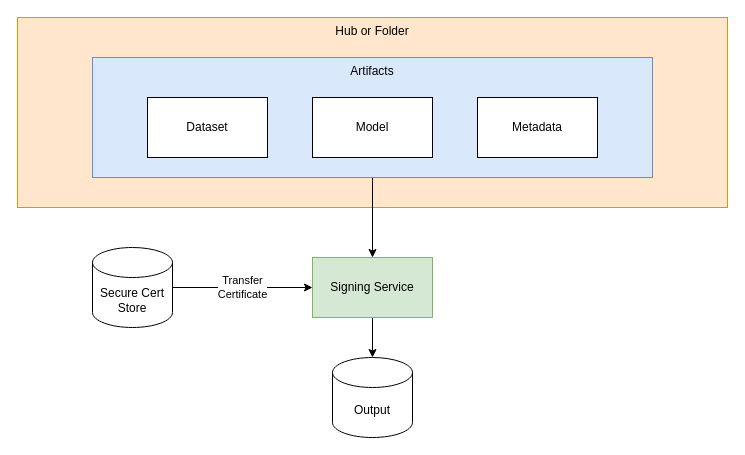
The draw.io diagram page "Page-1" (1 of 4) of architecture/SigningService.drawio in sampras343/signing-service, before the edit. Source tidied: cells renumbered, new cells numbered last; positions are measured from the earlier drawing's top-left corner, leaving out a move shared by most shapes. Both pictures are drawn from the tidied source at 100%, with x=0, y=0 at pixel (17, 17).
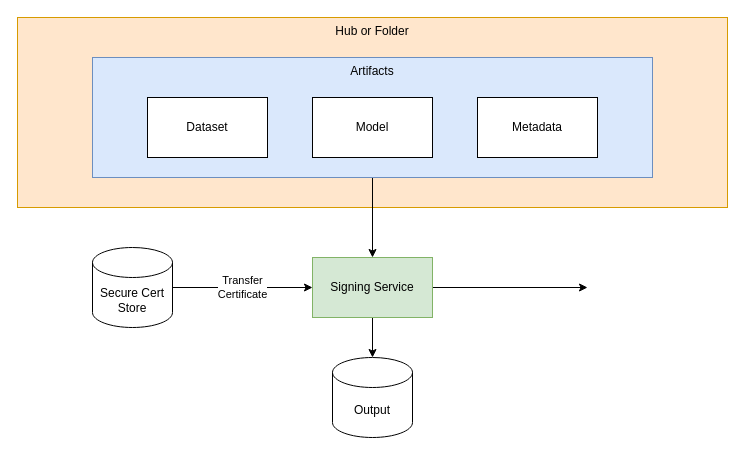
The same page after the edit.

What changed in the source:
```diff
@@
 <mxGraphModel>
   <root>
     <mxCell id="0" />
     <mxCell id="1" parent="0" />
     <mxCell id="2" value="Hub or Folder" style="rounded=0;whiteSpace=wrap;html=1;verticalAlign=top;fillColor=#ffe6cc;strokeColor=#d79b00;" parent="1" vertex="1">
       <mxGeometry width="710" height="190" as="geometry" />
     </mxCell>
     <mxCell id="3" style="edgeStyle=orthogonalEdgeStyle;rounded=0;jettySize=auto;html=1;" parent="1" edge="1" source="4" target="8">
       <mxGeometry relative="1" as="geometry" />
     </mxCell>
     <mxCell id="4" value="Artifacts" style="rounded=0;whiteSpace=wrap;html=1;verticalAlign=top;fillColor=#dae8fc;strokeColor=#6c8ebf;" parent="1" vertex="1">
       <mxGeometry x="75" y="40" width="560" height="120" as="geometry" />
     </mxCell>
     <mxCell id="5" value="Dataset" style="rounded=0;whiteSpace=wrap;html=1;" parent="1" vertex="1">
       <mxGeometry x="130" y="80" width="120" height="60" as="geometry" />
     </mxCell>
     <mxCell id="6" value="Model" style="rounded=0;whiteSpace=wrap;html=1;" parent="1" vertex="1">
       <mxGeometry x="295" y="80" width="120" height="60" as="geometry" />
     </mxCell>
     <mxCell id="7" style="edgeStyle=orthogonalEdgeStyle;rounded=0;jettySize=auto;html=1;" parent="1" edge="1" source="8" target="12">
       <mxGeometry relative="1" as="geometry" />
     </mxCell>
+    <mxCell id="13" style="edgeStyle=orthogonalEdgeStyle;rounded=0;jettySize=auto;html=1;" parent="1" edge="1" source="8">
+      <mxGeometry relative="1" as="geometry">
+        <mxPoint x="570" y="270" as="targetPoint" />
+      </mxGeometry>
+    </mxCell>
     <mxCell id="8" value="Signing Service" style="rounded=0;whiteSpace=wrap;html=1;fillColor=#d5e8d4;strokeColor=#82b366;" parent="1" vertex="1">
       <mxGeometry x="295" y="240" width="120" height="60" as="geometry" />
     </mxCell>
     <mxCell id="9" value="Metadata" style="rounded=0;whiteSpace=wrap;html=1;strokeColor=default;align=center;verticalAlign=middle;fontFamily=Helvetica;fontSize=12;fontColor=default;fillColor=default;" parent="1" vertex="1">
       <mxGeometry x="460" y="80" width="120" height="60" as="geometry" />
     </mxCell>
     <mxCell id="10" value="Transfer&lt;div&gt;Certificate&lt;/div&gt;" style="edgeStyle=orthogonalEdgeStyle;rounded=0;jettySize=auto;html=1;" parent="1" edge="1" source="11" target="8">
       <mxGeometry relative="1" as="geometry" />
     </mxCell>
     <mxCell id="11" value="Secure Cert Store" style="shape=cylinder3;whiteSpace=wrap;html=1;boundedLbl=1;backgroundOutline=1;size=15;" parent="1" vertex="1">
       <mxGeometry x="75" y="230" width="80" height="80" as="geometry" />
     </mxCell>
     <mxCell id="12" value="Output" style="shape=cylinder3;whiteSpace=wrap;html=1;boundedLbl=1;backgroundOutline=1;size=15;" parent="1" vertex="1">
       <mxGeometry x="315" y="340" width="80" height="80" as="geometry" />
     </mxCell>
   </root>
 </mxGraphModel>
```
